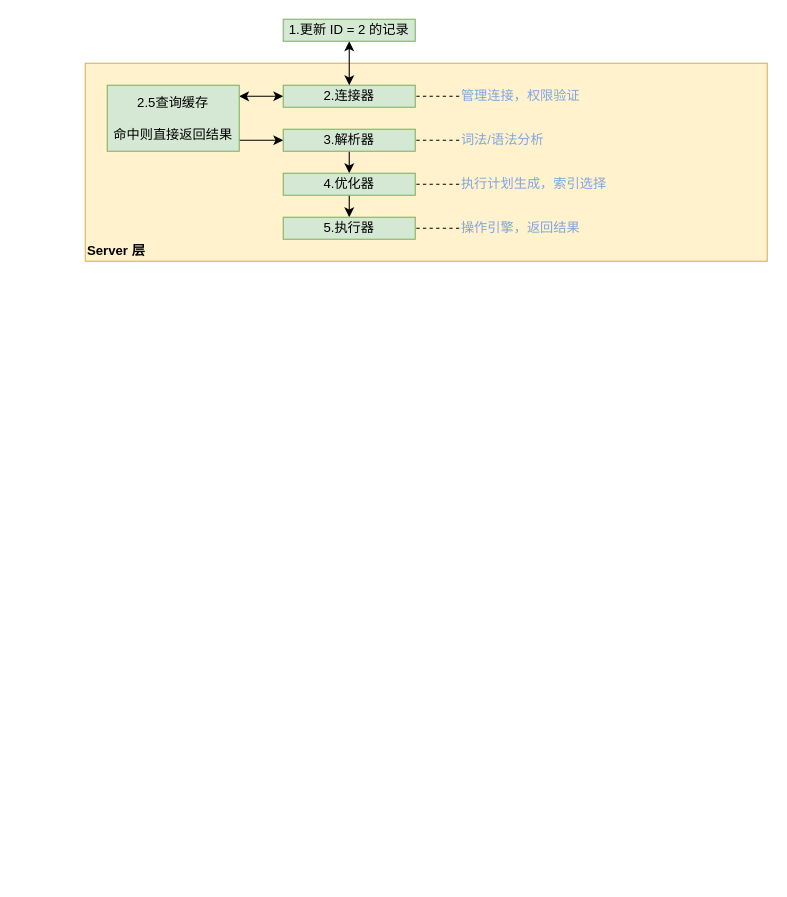
Before: homework/src/main/resources/MySQL 详细执行流程.drawio in YufuMxl/geek_java_practise, a draw.io diagram. Source tidied: cells renumbered, new cells numbered last; positions are measured from the earlier drawing's top-left corner, leaving out a move shared by most shapes. Both pictures are drawn from the tidied source at 110%, with x=0, y=0 at pixel (85, 19).
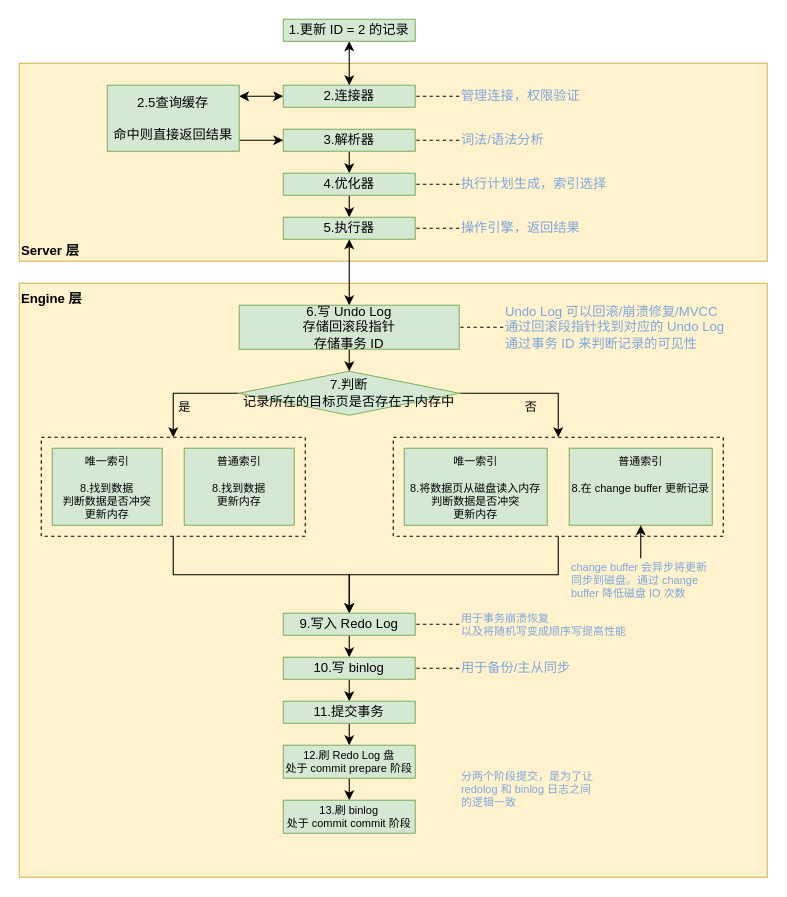
The same page after the edit.

Commit message:
Update MySQL 详细执行流程.drawio

Unchanged cells that the change refers to:
```xml
<mxCell id="10" value="5.执行器" style="rounded=0;whiteSpace=wrap;html=1;fillColor=#d5e8d4;strokeColor=#82b366;" parent="1" vertex="1">
  <mxGeometry x="180" y="180" width="120" height="20" as="geometry" />
</mxCell>
```

What changed in the source:
```diff
@@
     <mxCell id="2" value="Server 层" style="rounded=0;whiteSpace=wrap;html=1;fillColor=#fff2cc;strokeColor=#d6b656;align=left;verticalAlign=bottom;fontStyle=1;" parent="1" vertex="1">
-      <mxGeometry y="40" width="620" height="180" as="geometry" />
+      <mxGeometry x="-60" y="40" width="680" height="180" as="geometry" />
     </mxCell>
@@
+    <mxCell id="22" value="Engine 层" style="rounded=0;whiteSpace=wrap;html=1;fillColor=#fff2cc;strokeColor=#d6b656;align=left;verticalAlign=top;fontStyle=1;" parent="1" vertex="1">
+      <mxGeometry x="-60" y="240" width="680" height="540" as="geometry" />
+    </mxCell>
+    <mxCell id="23" style="edgeStyle=orthogonalEdgeStyle;rounded=0;jettySize=auto;html=1;exitX=0.5;exitY=1;exitDx=0;exitDy=0;entryX=0.5;entryY=0;entryDx=0;entryDy=0;startArrow=classic;startFill=1;" parent="1" edge="1" source="10" target="25">
+      <mxGeometry relative="1" as="geometry" />
+    </mxCell>
+    <mxCell id="24" style="edgeStyle=orthogonalEdgeStyle;rounded=0;jettySize=auto;html=1;exitX=0.5;exitY=1;exitDx=0;exitDy=0;entryX=0.5;entryY=0;entryDx=0;entryDy=0;endArrow=classic;endFill=1;" parent="1" edge="1" source="25" target="30">
+      <mxGeometry relative="1" as="geometry" />
+    </mxCell>
+    <mxCell id="25" value="&lt;div&gt;6.写 Undo Log&lt;/div&gt;&lt;div&gt;存储回滚段指针&lt;/div&gt;&lt;div&gt;存储事务 ID&lt;br&gt;&lt;/div&gt;" style="rounded=0;whiteSpace=wrap;html=1;fillColor=#d5e8d4;strokeColor=#82b366;" parent="1" vertex="1">
+      <mxGeometry x="140" y="260" width="200" height="40" as="geometry" />
+    </mxCell>
+    <mxCell id="26" style="edgeStyle=orthogonalEdgeStyle;rounded=0;jettySize=auto;html=1;entryX=1;entryY=0.5;entryDx=0;entryDy=0;endArrow=none;endFill=0;dashed=1;" parent="1" edge="1" source="27" target="25">
+      <mxGeometry relative="1" as="geometry" />
+    </mxCell>
+    <mxCell id="27" value="&lt;div&gt;Undo Log 可以回滚/崩溃修复/MVCC&lt;/div&gt;&lt;div&gt;通过回滚段指针找到对应的 Undo Log&lt;/div&gt;&lt;div&gt;通过事务 ID 来判断记录的可见性&lt;/div&gt;" style="text;html=1;strokeColor=none;fillColor=none;align=left;verticalAlign=middle;whiteSpace=wrap;rounded=0;fontColor=#7EA6E0;" parent="1" vertex="1">
+      <mxGeometry x="380" y="260" width="210" height="40" as="geometry" />
+    </mxCell>
+    <mxCell id="28" value="是" style="edgeStyle=orthogonalEdgeStyle;rounded=0;jettySize=auto;html=1;exitX=0;exitY=0.5;exitDx=0;exitDy=0;entryX=0.5;entryY=0;entryDx=0;entryDy=0;startArrow=none;startFill=0;endArrow=classic;endFill=1;labelBackgroundColor=none;verticalAlign=top;" parent="1" edge="1" source="30" target="32">
+      <mxGeometry relative="1" as="geometry" />
+    </mxCell>
+    <mxCell id="29" value="否" style="edgeStyle=orthogonalEdgeStyle;rounded=0;jettySize=auto;html=1;exitX=1;exitY=0.5;exitDx=0;exitDy=0;entryX=0.5;entryY=0;entryDx=0;entryDy=0;startArrow=none;startFill=0;endArrow=classic;endFill=1;labelBackgroundColor=none;verticalAlign=top;" parent="1" edge="1" source="30" target="34">
+      <mxGeometry relative="1" as="geometry" />
+    </mxCell>
+    <mxCell id="30" value="&lt;div&gt;7.判断&lt;/div&gt;&lt;div&gt;记录所在的目标页是否存在于内存中&lt;/div&gt;" style="rhombus;whiteSpace=wrap;html=1;fillColor=#d5e8d4;strokeColor=#82b366;" parent="1" vertex="1">
+      <mxGeometry x="140" y="320" width="200" height="40" as="geometry" />
+    </mxCell>
+    <mxCell id="31" style="edgeStyle=orthogonalEdgeStyle;rounded=0;jettySize=auto;html=1;exitX=0.5;exitY=1;exitDx=0;exitDy=0;entryX=0.5;entryY=0;entryDx=0;entryDy=0;labelBackgroundColor=none;fontSize=10;startArrow=none;startFill=0;endArrow=classic;endFill=1;" parent="1" edge="1" source="32" target="42">
+      <mxGeometry relative="1" as="geometry" />
+    </mxCell>
+    <mxCell id="32" style="rounded=0;whiteSpace=wrap;html=1;fillColor=none;dashed=1;" parent="1" vertex="1">
+      <mxGeometry x="-40" y="380" width="240" height="90" as="geometry" />
+    </mxCell>
+    <mxCell id="33" style="edgeStyle=orthogonalEdgeStyle;rounded=0;jettySize=auto;html=1;exitX=0.5;exitY=1;exitDx=0;exitDy=0;entryX=0.5;entryY=0;entryDx=0;entryDy=0;labelBackgroundColor=none;fontSize=10;startArrow=none;startFill=0;endArrow=classic;endFill=1;" parent="1" edge="1" source="34" target="42">
+      <mxGeometry relative="1" as="geometry" />
+    </mxCell>
+    <mxCell id="34" style="rounded=0;whiteSpace=wrap;html=1;fillColor=none;dashed=1;" parent="1" vertex="1">
+      <mxGeometry x="280" y="380" width="300" height="90" as="geometry" />
+    </mxCell>
+    <mxCell id="35" value="&lt;div style=&quot;font-size: 10px;&quot;&gt;唯一索引&lt;/div&gt;&lt;div style=&quot;font-size: 10px;&quot;&gt;&lt;br style=&quot;font-size: 10px;&quot;&gt;&lt;/div&gt;&lt;div style=&quot;font-size: 10px;&quot;&gt;8.找到数据&lt;/div&gt;&lt;div style=&quot;font-size: 10px;&quot;&gt;判断数据是否冲突&lt;/div&gt;&lt;div style=&quot;font-size: 10px;&quot;&gt;更新内存&lt;br style=&quot;font-size: 10px;&quot;&gt;&lt;/div&gt;" style="rounded=0;whiteSpace=wrap;html=1;labelBackgroundColor=none;fillColor=#d5e8d4;strokeColor=#82b366;verticalAlign=top;fontSize=10;" parent="1" vertex="1">
+      <mxGeometry x="-30" y="390" width="100" height="70" as="geometry" />
+    </mxCell>
+    <mxCell id="36" value="&lt;div style=&quot;font-size: 10px;&quot;&gt;普通索引&lt;/div&gt;&lt;div style=&quot;font-size: 10px;&quot;&gt;&lt;br style=&quot;font-size: 10px;&quot;&gt;&lt;/div&gt;&lt;div style=&quot;font-size: 10px;&quot;&gt;8.找到数据&lt;/div&gt;&lt;div style=&quot;font-size: 10px;&quot;&gt;更新内存&lt;br style=&quot;font-size: 10px;&quot;&gt;&lt;/div&gt;" style="rounded=0;whiteSpace=wrap;html=1;labelBackgroundColor=none;fillColor=#d5e8d4;strokeColor=#82b366;verticalAlign=top;fontSize=10;" parent="1" vertex="1">
+      <mxGeometry x="90" y="390" width="100" height="70" as="geometry" />
+    </mxCell>
+    <mxCell id="37" value="&lt;div style=&quot;font-size: 10px;&quot;&gt;唯一索引&lt;br style=&quot;font-size: 10px;&quot;&gt;&lt;/div&gt;&lt;div style=&quot;font-size: 10px;&quot;&gt;&lt;br style=&quot;font-size: 10px;&quot;&gt;&lt;/div&gt;&lt;div style=&quot;font-size: 10px;&quot;&gt;8.将数据页从磁盘读入内存&lt;/div&gt;&lt;div style=&quot;font-size: 10px;&quot;&gt;判断数据是否冲突&lt;br style=&quot;font-size: 10px;&quot;&gt;&lt;/div&gt;&lt;div style=&quot;font-size: 10px;&quot;&gt;更新内存&lt;br style=&quot;font-size: 10px;&quot;&gt;&lt;/div&gt;" style="rounded=0;whiteSpace=wrap;html=1;labelBackgroundColor=none;fillColor=#d5e8d4;strokeColor=#82b366;verticalAlign=top;fontSize=10;" parent="1" vertex="1">
+      <mxGeometry x="290" y="390" width="130" height="70" as="geometry" />
+    </mxCell>
+    <mxCell id="38" value="&lt;div style=&quot;font-size: 10px&quot;&gt;普通索引&lt;/div&gt;&lt;div style=&quot;font-size: 10px&quot;&gt;&lt;br style=&quot;font-size: 10px&quot;&gt;&lt;/div&gt;&lt;div style=&quot;font-size: 10px&quot;&gt;8.在 change buffer 更新记录&lt;/div&gt;" style="rounded=0;whiteSpace=wrap;html=1;labelBackgroundColor=none;fillColor=#d5e8d4;strokeColor=#82b366;verticalAlign=top;fontSize=10;" parent="1" vertex="1">
+      <mxGeometry x="440" y="390" width="130" height="70" as="geometry" />
+    </mxCell>
+    <mxCell id="39" style="edgeStyle=orthogonalEdgeStyle;rounded=0;jettySize=auto;html=1;exitX=0.5;exitY=0;exitDx=0;exitDy=0;entryX=0.5;entryY=1;entryDx=0;entryDy=0;labelBackgroundColor=none;fontSize=10;startArrow=none;startFill=0;endArrow=classic;endFill=1;" parent="1" edge="1" source="40" target="38">
+      <mxGeometry relative="1" as="geometry" />
+    </mxCell>
+    <mxCell id="40" value="change buffer 会异步将更新同步到磁盘。通过 change buffer 降低磁盘 IO 次数" style="text;html=1;strokeColor=none;fillColor=none;align=left;verticalAlign=middle;whiteSpace=wrap;rounded=0;fontColor=#7EA6E0;fontSize=10;" parent="1" vertex="1">
+      <mxGeometry x="440" y="490" width="130" height="40" as="geometry" />
+    </mxCell>
+    <mxCell id="41" style="edgeStyle=orthogonalEdgeStyle;rounded=0;jettySize=auto;html=1;exitX=0.5;exitY=1;exitDx=0;exitDy=0;entryX=0.5;entryY=0;entryDx=0;entryDy=0;labelBackgroundColor=none;fontSize=10;startArrow=none;startFill=0;endArrow=classic;endFill=1;" parent="1" edge="1" source="42" target="46">
+      <mxGeometry relative="1" as="geometry" />
+    </mxCell>
+    <mxCell id="42" value="9.写入 Redo Log" style="rounded=0;whiteSpace=wrap;html=1;fillColor=#d5e8d4;strokeColor=#82b366;" parent="1" vertex="1">
+      <mxGeometry x="180" y="540" width="120" height="20" as="geometry" />
+    </mxCell>
+    <mxCell id="43" style="edgeStyle=orthogonalEdgeStyle;rounded=0;jettySize=auto;html=1;exitX=0;exitY=0.5;exitDx=0;exitDy=0;entryX=1;entryY=0.5;entryDx=0;entryDy=0;labelBackgroundColor=none;fontSize=10;startArrow=none;startFill=0;endArrow=none;endFill=0;dashed=1;" parent="1" edge="1" source="44" target="42">
+      <mxGeometry relative="1" as="geometry" />
+    </mxCell>
+    <mxCell id="44" value="&lt;div style=&quot;font-size: 10px&quot;&gt;用于事务崩溃恢复&lt;/div&gt;&lt;div style=&quot;font-size: 10px&quot;&gt;以及将随机写变成顺序写提高性能&lt;br style=&quot;font-size: 10px&quot;&gt;&lt;/div&gt;" style="text;html=1;strokeColor=none;fillColor=none;align=left;verticalAlign=middle;whiteSpace=wrap;rounded=0;fontColor=#7EA6E0;fontSize=10;" parent="1" vertex="1">
+      <mxGeometry x="340" y="540" width="160" height="20" as="geometry" />
+    </mxCell>
+    <mxCell id="45" style="edgeStyle=orthogonalEdgeStyle;rounded=0;jettySize=auto;html=1;exitX=0.5;exitY=1;exitDx=0;exitDy=0;entryX=0.5;entryY=0;entryDx=0;entryDy=0;labelBackgroundColor=none;fontSize=10;startArrow=none;startFill=0;endArrow=classic;endFill=1;" parent="1" edge="1" source="46" target="50">
+      <mxGeometry relative="1" as="geometry" />
+    </mxCell>
+    <mxCell id="46" value="10.写 binlog" style="rounded=0;whiteSpace=wrap;html=1;fillColor=#d5e8d4;strokeColor=#82b366;" parent="1" vertex="1">
+      <mxGeometry x="180" y="580" width="120" height="20" as="geometry" />
+    </mxCell>
+    <mxCell id="47" style="edgeStyle=orthogonalEdgeStyle;rounded=0;jettySize=auto;html=1;exitX=0;exitY=0.5;exitDx=0;exitDy=0;entryX=1;entryY=0.5;entryDx=0;entryDy=0;dashed=1;labelBackgroundColor=none;fontSize=10;startArrow=none;startFill=0;endArrow=none;endFill=0;" parent="1" edge="1" source="48" target="46">
+      <mxGeometry relative="1" as="geometry" />
+    </mxCell>
+    <mxCell id="48" value="用于备份/主从同步" style="text;html=1;strokeColor=none;fillColor=none;align=left;verticalAlign=middle;whiteSpace=wrap;rounded=0;fontColor=#7EA6E0;" parent="1" vertex="1">
+      <mxGeometry x="340" y="580" width="150" height="20" as="geometry" />
+    </mxCell>
+    <mxCell id="49" style="edgeStyle=orthogonalEdgeStyle;rounded=0;jettySize=auto;html=1;exitX=0.5;exitY=1;exitDx=0;exitDy=0;entryX=0.5;entryY=0;entryDx=0;entryDy=0;labelBackgroundColor=none;fontSize=10;startArrow=none;startFill=0;endArrow=classic;endFill=1;" parent="1" edge="1" source="50" target="52">
+      <mxGeometry relative="1" as="geometry" />
+    </mxCell>
+    <mxCell id="50" value="11.提交事务" style="rounded=0;whiteSpace=wrap;html=1;fillColor=#d5e8d4;strokeColor=#82b366;" parent="1" vertex="1">
+      <mxGeometry x="180" y="620" width="120" height="20" as="geometry" />
+    </mxCell>
+    <mxCell id="51" style="edgeStyle=orthogonalEdgeStyle;rounded=0;jettySize=auto;html=1;exitX=0.5;exitY=1;exitDx=0;exitDy=0;entryX=0.5;entryY=0;entryDx=0;entryDy=0;labelBackgroundColor=none;fontSize=10;startArrow=none;startFill=0;endArrow=classic;endFill=1;" parent="1" edge="1" source="52" target="53">
+      <mxGeometry relative="1" as="geometry" />
+    </mxCell>
+    <mxCell id="52" value="&lt;div style=&quot;font-size: 10px;&quot;&gt;12.刷 Redo Log 盘&lt;/div&gt;&lt;div style=&quot;font-size: 10px;&quot;&gt;处于 commit prepare 阶段&lt;br style=&quot;font-size: 10px;&quot;&gt;&lt;/div&gt;" style="rounded=0;whiteSpace=wrap;html=1;fillColor=#d5e8d4;strokeColor=#82b366;fontSize=10;" parent="1" vertex="1">
+      <mxGeometry x="180" y="660" width="120" height="30" as="geometry" />
+    </mxCell>
+    <mxCell id="53" value="&lt;div style=&quot;font-size: 10px;&quot;&gt;13.刷 binlog&lt;/div&gt;&lt;div style=&quot;font-size: 10px;&quot;&gt;处于 commit commit 阶段&lt;br style=&quot;font-size: 10px;&quot;&gt;&lt;/div&gt;" style="rounded=0;whiteSpace=wrap;html=1;fillColor=#d5e8d4;strokeColor=#82b366;fontSize=10;" parent="1" vertex="1">
+      <mxGeometry x="180" y="710" width="120" height="30" as="geometry" />
+    </mxCell>
+    <mxCell id="54" value="分两个阶段提交，是为了让 redolog 和 binlog 日志之间的逻辑一致" style="text;html=1;strokeColor=none;fillColor=none;align=left;verticalAlign=middle;whiteSpace=wrap;rounded=0;fontColor=#7EA6E0;fontSize=10;" parent="1" vertex="1">
+      <mxGeometry x="340" y="680" width="130" height="40" as="geometry" />
+    </mxCell>
```
